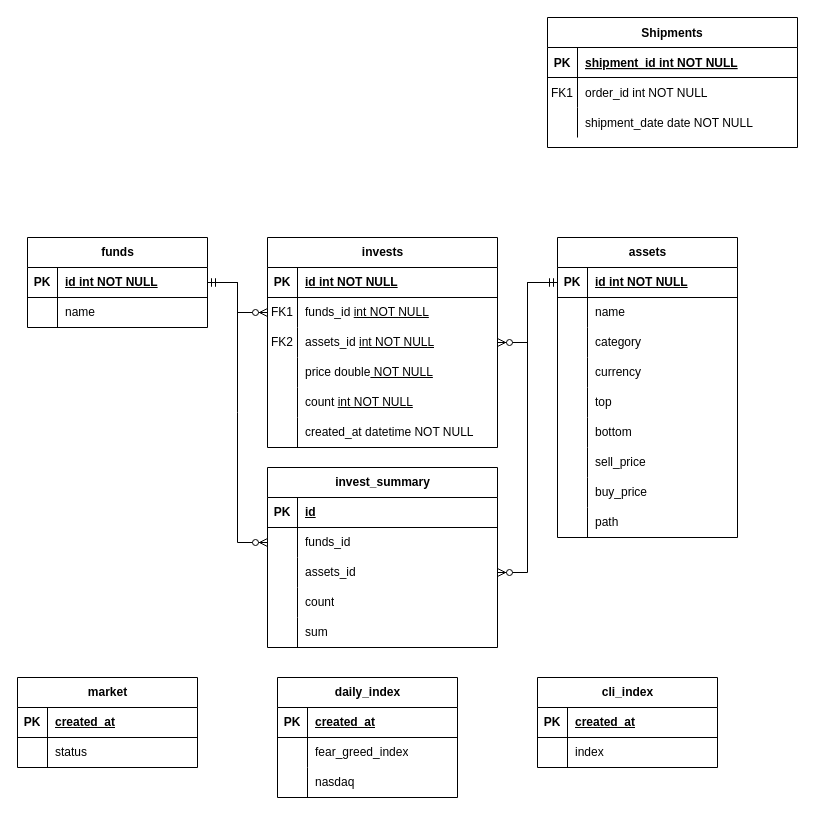
ChoSanghyuk/personal_projects keeps this draw.io diagram as invest/invest_model.drawio. Above is the earlier version. Source tidied: cells renumbered, new cells numbered last; positions are measured from the earlier drawing's top-left corner, leaving out a move shared by most shapes. Both pictures are drawn from the tidied source at 100%, with x=0, y=0 at pixel (17, 17).
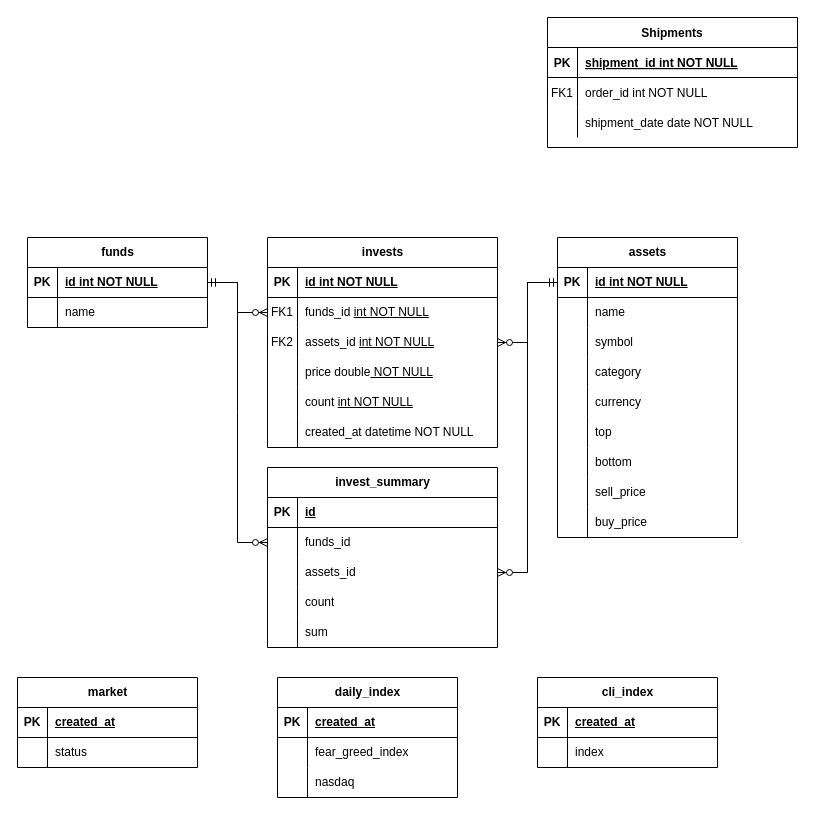
After the change.

Commit message (it also covers changes not shown here):
[invest][feat] 종목 타입에 따른 API 호출 방식 결정 개발 진행-진행중

Unchanged cells that the change refers to:
```xml
<mxCell id="12" value="assets" style="shape=table;startSize=30;childLayout=tableLayout;rowLines=0;fontStyle=1;align=center;html=1;resizeLastRow=0;" parent="1" vertex="1">
  <mxGeometry x="540" y="220" width="180" height="300" as="geometry" />
</mxCell>
```

Diff of the diagram source:
```diff
@@
+    <mxCell id="110" style="shape=tableRow;horizontal=0;startSize=0;swimlaneHead=0;swimlaneBody=0;fillColor=none;top=0;left=0;right=0;bottom=0;" parent="12" vertex="1">
+      <mxGeometry y="90" width="180" height="30" as="geometry" />
+    </mxCell>
+    <mxCell id="38" style="shape=partialRectangle;fillColor=none;top=0;left=0;bottom=0;right=0;overflow=hidden;whiteSpace=wrap;html=1;" parent="110" vertex="1">
+      <mxGeometry width="30" height="30" as="geometry" />
+    </mxCell>
+    <mxCell id="111" value="symbol" style="shape=partialRectangle;fillColor=none;top=0;left=0;bottom=0;right=0;align=left;spacingLeft=6;overflow=hidden;whiteSpace=wrap;html=1;" parent="110" vertex="1">
+      <mxGeometry x="30" width="150" height="30" as="geometry" />
+    </mxCell>
     <mxCell id="19" style="shape=tableRow;horizontal=0;startSize=0;swimlaneHead=0;swimlaneBody=0;fillColor=none;top=0;left=0;right=0;bottom=0;" parent="12" vertex="1">
-      <mxGeometry y="90" width="180" height="30" as="geometry" />
+      <mxGeometry y="120" width="180" height="30" as="geometry" />
     </mxCell>
@@
     <mxCell id="22" style="shape=tableRow;horizontal=0;startSize=0;swimlaneHead=0;swimlaneBody=0;fillColor=none;top=0;left=0;right=0;bottom=0;" parent="12" vertex="1">
-      <mxGeometry y="120" width="180" height="30" as="geometry" />
+      <mxGeometry y="150" width="180" height="30" as="geometry" />
     </mxCell>
@@
     <mxCell id="25" style="shape=tableRow;horizontal=0;startSize=0;swimlaneHead=0;swimlaneBody=0;fillColor=none;top=0;left=0;right=0;bottom=0;" parent="12" vertex="1">
-      <mxGeometry y="150" width="180" height="30" as="geometry" />
+      <mxGeometry y="180" width="180" height="30" as="geometry" />
     </mxCell>
@@
     <mxCell id="28" style="shape=tableRow;horizontal=0;startSize=0;swimlaneHead=0;swimlaneBody=0;fillColor=none;top=0;left=0;right=0;bottom=0;" parent="12" vertex="1">
-      <mxGeometry y="180" width="180" height="30" as="geometry" />
+      <mxGeometry y="210" width="180" height="30" as="geometry" />
     </mxCell>
@@
     <mxCell id="31" style="shape=tableRow;horizontal=0;startSize=0;swimlaneHead=0;swimlaneBody=0;fillColor=none;top=0;left=0;right=0;bottom=0;" parent="12" vertex="1">
-      <mxGeometry y="210" width="180" height="30" as="geometry" />
+      <mxGeometry y="240" width="180" height="30" as="geometry" />
     </mxCell>
@@
     <mxCell id="34" style="shape=tableRow;horizontal=0;startSize=0;swimlaneHead=0;swimlaneBody=0;fillColor=none;top=0;left=0;right=0;bottom=0;" parent="12" vertex="1">
-      <mxGeometry y="240" width="180" height="30" as="geometry" />
+      <mxGeometry y="270" width="180" height="30" as="geometry" />
     </mxCell>
@@
-    <mxCell id="37" style="shape=tableRow;horizontal=0;startSize=0;swimlaneHead=0;swimlaneBody=0;fillColor=none;top=0;left=0;right=0;bottom=0;" parent="12" vertex="1">
-      <mxGeometry y="270" width="180" height="30" as="geometry" />
-    </mxCell>
-    <mxCell id="38" style="shape=partialRectangle;fillColor=none;top=0;left=0;bottom=0;right=0;overflow=hidden;whiteSpace=wrap;html=1;" parent="37" vertex="1">
-      <mxGeometry width="30" height="30" as="geometry" />
-    </mxCell>
-    <mxCell id="39" value="path" style="shape=partialRectangle;fillColor=none;top=0;left=0;bottom=0;right=0;align=left;spacingLeft=6;overflow=hidden;whiteSpace=wrap;html=1;" parent="37" vertex="1">
-      <mxGeometry x="30" width="150" height="30" as="geometry" />
-    </mxCell>
```
